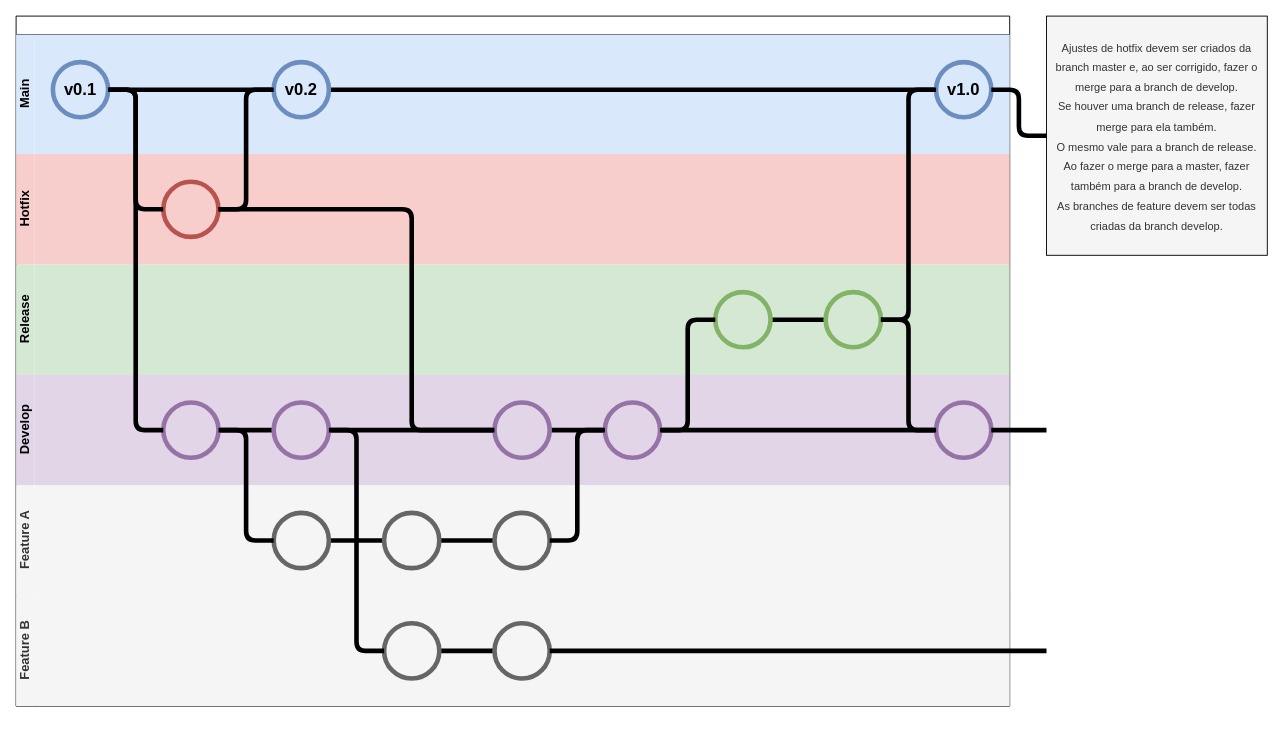
The draw.io diagram page "Versioning" (3 of 3) of docs/diagram.drawio in EvertonBrzozowyAlves/Tasman, before the edit. Source tidied: cells renumbered, new cells numbered last; positions are measured from the earlier drawing's top-left corner, leaving out a move shared by most shapes. Both pictures are drawn from the tidied source at 92%, with x=0, y=0 at pixel (16, 16).
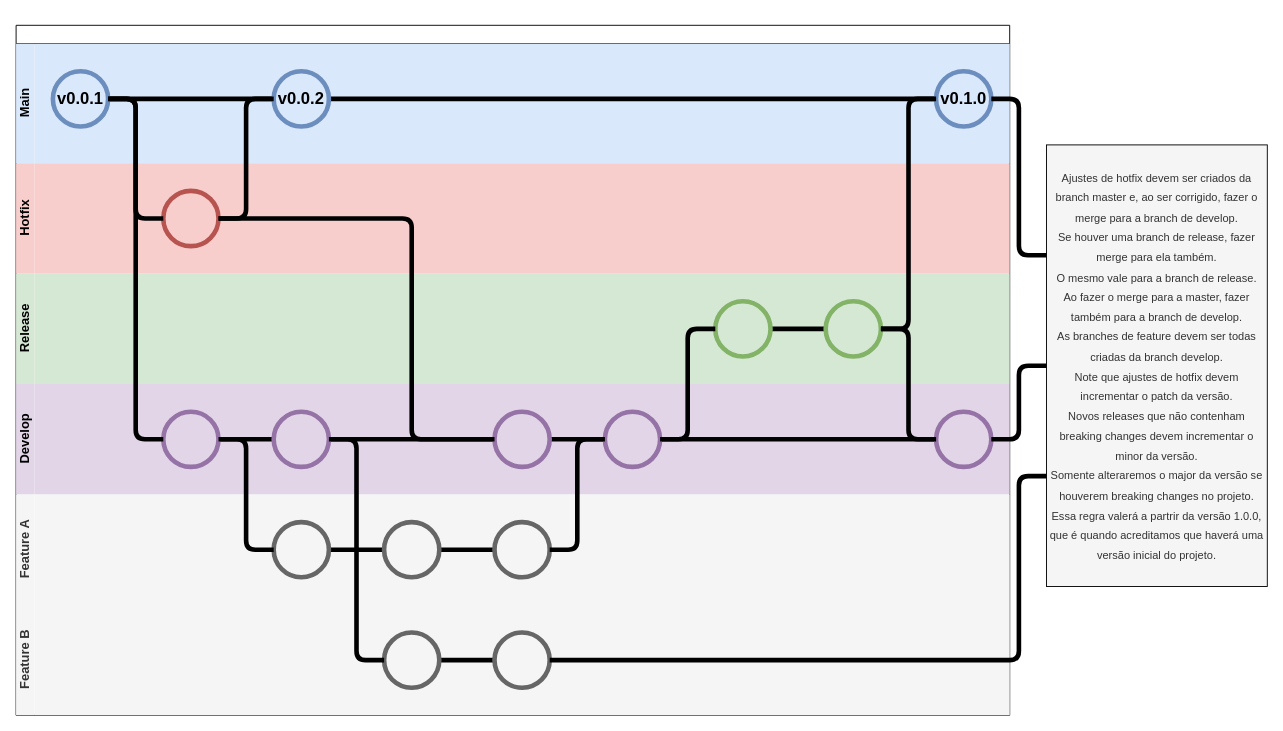
After the change.

Commit message:
docs: updated the versioning diagram

The change refers to these unchanged cells:
```xml
<mxCell id="3" value="&lt;font style=&quot;font-size: 14px;&quot;&gt;Main&lt;/font&gt;" style="swimlane;startSize=20;horizontal=0;html=1;rounded=0;shadow=0;glass=0;sketch=0;strokeColor=none;fillColor=#dae8fc;fillStyle=auto;swimlaneFillColor=#DAE8FC;" parent="2" vertex="1">
  <mxGeometry y="20" width="1080" height="130" as="geometry" />
</mxCell>
<mxCell id="24" style="ellipse;whiteSpace=wrap;html=1;rounded=0;shadow=0;glass=0;sketch=0;strokeWidth=5;fillColor=#e1d5e7;strokeColor=#9673a6;" parent="15" vertex="1">
  <mxGeometry x="1000" y="30" width="60" height="60" as="geometry" />
</mxCell>
<mxCell id="34" style="ellipse;whiteSpace=wrap;html=1;rounded=0;shadow=0;glass=0;sketch=0;strokeWidth=5;fillColor=#f5f5f5;fontColor=#333333;strokeColor=#666666;" parent="31" vertex="1">
  <mxGeometry x="520" y="30" width="60" height="60" as="geometry" />
</mxCell>
```

The edit, as a diff of the source:
```diff
@@
     <mxCell id="2" style="swimlane;horizontal=1;startSize=20;html=1;rounded=0;shadow=0;glass=0;sketch=0;" parent="1" vertex="1">
-      <mxGeometry width="1080" height="750" as="geometry" />
+      <mxGeometry y="10" width="1080" height="750" as="geometry" />
     </mxCell>
@@
-    <mxCell id="5" value="&lt;b&gt;&lt;font style=&quot;font-size: 18px;&quot;&gt;v0.1&lt;/font&gt;&lt;/b&gt;" style="ellipse;whiteSpace=wrap;html=1;rounded=0;shadow=0;glass=0;sketch=0;strokeWidth=5;fillColor=#dae8fc;strokeColor=#6c8ebf;" parent="3" vertex="1">
+    <mxCell id="5" value="&lt;b&gt;&lt;font style=&quot;font-size: 18px;&quot;&gt;v0.0.1&lt;/font&gt;&lt;/b&gt;" style="ellipse;whiteSpace=wrap;html=1;rounded=0;shadow=0;glass=0;sketch=0;strokeWidth=5;fillColor=#dae8fc;strokeColor=#6c8ebf;" parent="3" vertex="1">
       <mxGeometry x="40" y="30" width="60" height="60" as="geometry" />
     </mxCell>
@@
-    <mxCell id="7" value="&lt;font style=&quot;font-size: 18px;&quot;&gt;&lt;b&gt;v0.2&lt;/b&gt;&lt;/font&gt;" style="ellipse;whiteSpace=wrap;html=1;rounded=0;shadow=0;glass=0;sketch=0;strokeWidth=5;fillColor=#dae8fc;strokeColor=#6c8ebf;" parent="3" vertex="1">
+    <mxCell id="7" value="&lt;font style=&quot;font-size: 18px;&quot;&gt;&lt;b&gt;v0.0.2&lt;/b&gt;&lt;/font&gt;" style="ellipse;whiteSpace=wrap;html=1;rounded=0;shadow=0;glass=0;sketch=0;strokeWidth=5;fillColor=#dae8fc;strokeColor=#6c8ebf;" parent="3" vertex="1">
       <mxGeometry x="280" y="30" width="60" height="60" as="geometry" />
     </mxCell>
-    <mxCell id="8" value="&lt;b&gt;&lt;font style=&quot;font-size: 18px;&quot;&gt;v1.0&lt;/font&gt;&lt;/b&gt;" style="ellipse;whiteSpace=wrap;html=1;rounded=0;shadow=0;glass=0;sketch=0;strokeWidth=5;fillColor=#dae8fc;strokeColor=#6c8ebf;" parent="3" vertex="1">
+    <mxCell id="8" value="&lt;b&gt;&lt;font style=&quot;font-size: 18px;&quot;&gt;v0.1.0&lt;/font&gt;&lt;/b&gt;" style="ellipse;whiteSpace=wrap;html=1;rounded=0;shadow=0;glass=0;sketch=0;strokeWidth=5;fillColor=#dae8fc;strokeColor=#6c8ebf;" parent="3" vertex="1">
       <mxGeometry x="1000" y="30" width="60" height="60" as="geometry" />
     </mxCell>
@@
-    <mxCell id="45" value="&lt;font style=&quot;font-size: 12px;&quot;&gt;Ajustes de hotfix devem ser criados da branch master e, ao ser corrigido, fazer o merge para a branch de develop.&lt;br&gt;Se houver uma branch de release, fazer merge para ela também.&lt;br&gt;O mesmo vale para a branch de release.&lt;br&gt;Ao fazer o merge para a master, fazer também para a branch de develop.&lt;br&gt;As branches de feature devem ser todas criadas da branch develop.&lt;br&gt;&lt;/font&gt;" style="text;html=1;strokeColor=default;fillColor=#f5f5f5;align=center;verticalAlign=middle;whiteSpace=wrap;rounded=0;shadow=0;glass=0;sketch=0;fillStyle=solid;strokeWidth=1;fontSize=18;fontColor=#333333;" parent="1" vertex="1">
-      <mxGeometry x="1120" width="240" height="260" as="geometry" />
+    <mxCell id="45" value="&lt;font style=&quot;font-size: 12px;&quot;&gt;Ajustes de hotfix devem ser criados da branch master e, ao ser corrigido, fazer o merge para a branch de develop.&lt;br&gt;Se houver uma branch de release, fazer merge para ela também.&lt;br&gt;O mesmo vale para a branch de release.&lt;br&gt;Ao fazer o merge para a master, fazer também para a branch de develop.&lt;br&gt;As branches de feature devem ser todas criadas da branch develop.&lt;br&gt;Note que ajustes de hotfix devem incrementar o patch da versão.&lt;br&gt;Novos releases que não contenham breaking changes devem incrementar o minor da versão.&lt;br&gt;Somente alteraremos o major da versão se houverem breaking changes no projeto.&lt;br&gt;Essa regra valerá a partrir da versão 1.0.0, que é quando acreditamos que haverá uma versão inicial do projeto.&lt;br&gt;&lt;/font&gt;" style="text;html=1;strokeColor=default;fillColor=#f5f5f5;align=center;verticalAlign=middle;whiteSpace=wrap;rounded=0;shadow=0;glass=0;sketch=0;fillStyle=solid;strokeWidth=1;fontSize=18;fontColor=#333333;" parent="1" vertex="1">
+      <mxGeometry x="1120" y="140" width="240" height="480" as="geometry" />
     </mxCell>
+    <mxCell id="49" style="edgeStyle=orthogonalEdgeStyle;html=1;exitX=1;exitY=0.5;exitDx=0;exitDy=0;entryX=0;entryY=0.75;entryDx=0;entryDy=0;strokeWidth=5;endArrow=none;endFill=0;" parent="1" edge="1" source="34" target="45">
+      <mxGeometry relative="1" as="geometry">
+        <Array as="points">
+          <mxPoint x="1090" y="700" />
+          <mxPoint x="1090" y="500" />
+        </Array>
+      </mxGeometry>
+    </mxCell>
+    <mxCell id="50" style="edgeStyle=orthogonalEdgeStyle;html=1;exitX=1;exitY=0.5;exitDx=0;exitDy=0;entryX=0;entryY=0.5;entryDx=0;entryDy=0;strokeWidth=5;endArrow=none;endFill=0;" parent="1" edge="1" source="24" target="45">
+      <mxGeometry relative="1" as="geometry" />
+    </mxCell>
-    <mxCell id="46" style="edgeStyle=orthogonalEdgeStyle;rounded=1;jumpStyle=none;html=1;exitX=1;exitY=0.5;exitDx=0;exitDy=0;strokeWidth=5;fontSize=12;endArrow=none;endFill=0;" parent="1" edge="1" source="8" target="45">
+    <mxCell id="46" style="edgeStyle=orthogonalEdgeStyle;html=1;exitX=1;exitY=0.5;exitDx=0;exitDy=0;entryX=0;entryY=0.25;entryDx=0;entryDy=0;strokeWidth=5;endArrow=none;endFill=0;" parent="1" edge="1" source="8" target="45">
       <mxGeometry relative="1" as="geometry" />
     </mxCell>
-    <mxCell id="47" style="edgeStyle=orthogonalEdgeStyle;rounded=1;jumpStyle=none;html=1;exitX=1;exitY=0.5;exitDx=0;exitDy=0;strokeWidth=5;fontSize=12;endArrow=none;endFill=0;" parent="1" edge="1" source="24">
-      <mxGeometry relative="1" as="geometry">
-        <mxPoint x="1120" y="450" as="targetPoint" />
-      </mxGeometry>
-    </mxCell>
-    <mxCell id="48" style="edgeStyle=orthogonalEdgeStyle;rounded=1;jumpStyle=none;html=1;exitX=1;exitY=0.5;exitDx=0;exitDy=0;strokeWidth=5;fontSize=12;endArrow=none;endFill=0;" parent="1" edge="1" source="34">
-      <mxGeometry relative="1" as="geometry">
-        <mxPoint x="1120" y="690" as="targetPoint" />
-      </mxGeometry>
-    </mxCell>
```
